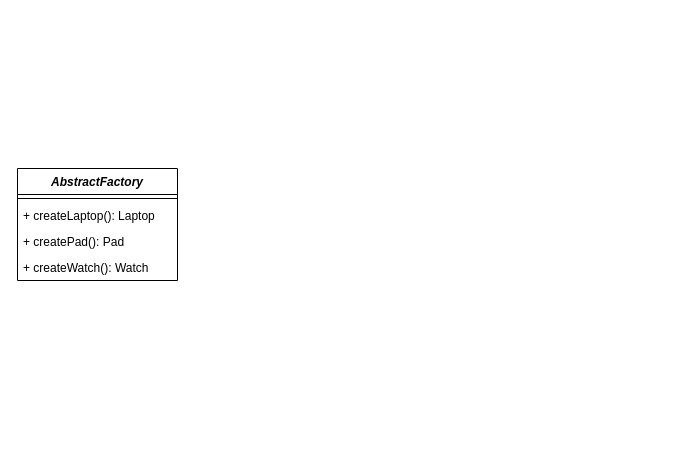
Above: DesignPattern/AbstractFactory_DP.drawio in yayaer123/drawio_demo (draw.io), before the change. Source tidied: cells renumbered, new cells numbered last; positions are measured from the earlier drawing's top-left corner, leaving out a move shared by most shapes. Both pictures are drawn from the tidied source at 100%, with x=0, y=0 at pixel (17, 168).
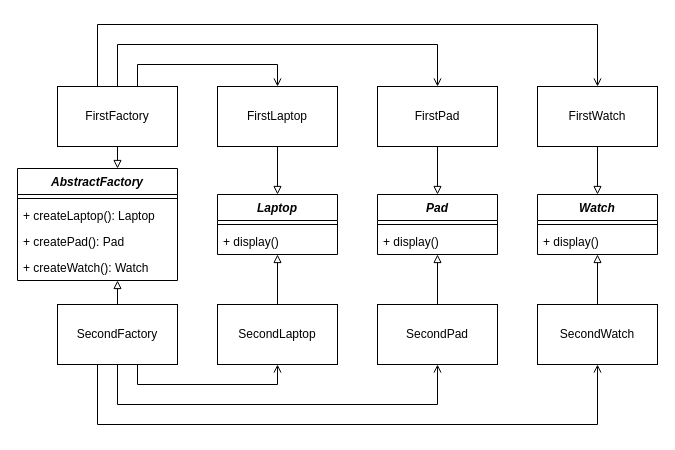
After the change.

The change refers to these unchanged cells:
```xml
<mxCell id="2" value="&lt;i&gt;AbstractFactory&lt;/i&gt;" style="swimlane;fontStyle=1;align=center;verticalAlign=top;horizontal=1;startSize=26;whiteSpace=wrap;html=1;" parent="1" vertex="1">
  <mxGeometry width="160" height="112" as="geometry" />
</mxCell>
```

The edit, as a diff of the source:
```diff
@@
+    <mxCell id="7" value="&lt;i&gt;Laptop&lt;/i&gt;" style="swimlane;fontStyle=1;align=center;verticalAlign=top;horizontal=1;startSize=26;whiteSpace=wrap;html=1;" parent="1" vertex="1">
+      <mxGeometry x="200" y="26" width="120" height="60" as="geometry" />
+    </mxCell>
+    <mxCell id="8" style="line;strokeWidth=1;fillColor=none;align=left;verticalAlign=middle;spacingTop=-1;spacingLeft=3;spacingRight=3;labelPosition=right;strokeColor=inherit;" parent="7" vertex="1">
+      <mxGeometry y="26" width="120" height="8" as="geometry" />
+    </mxCell>
+    <mxCell id="9" value="+ display()" style="text;strokeColor=none;fillColor=none;align=left;verticalAlign=top;spacingLeft=4;spacingRight=4;overflow=hidden;whiteSpace=wrap;html=1;" parent="7" vertex="1">
+      <mxGeometry y="34" width="120" height="26" as="geometry" />
+    </mxCell>
+    <mxCell id="10" value="&lt;i&gt;Pad&lt;/i&gt;" style="swimlane;fontStyle=1;align=center;verticalAlign=top;horizontal=1;startSize=26;whiteSpace=wrap;html=1;" parent="1" vertex="1">
+      <mxGeometry x="360" y="26" width="120" height="60" as="geometry" />
+    </mxCell>
+    <mxCell id="11" style="line;strokeWidth=1;fillColor=none;align=left;verticalAlign=middle;spacingTop=-1;spacingLeft=3;spacingRight=3;labelPosition=right;strokeColor=inherit;" parent="10" vertex="1">
+      <mxGeometry y="26" width="120" height="8" as="geometry" />
+    </mxCell>
+    <mxCell id="12" value="+ display()" style="text;strokeColor=none;fillColor=none;align=left;verticalAlign=top;spacingLeft=4;spacingRight=4;overflow=hidden;whiteSpace=wrap;html=1;" parent="10" vertex="1">
+      <mxGeometry y="34" width="120" height="26" as="geometry" />
+    </mxCell>
+    <mxCell id="13" value="&lt;i&gt;Watch&lt;/i&gt;" style="swimlane;fontStyle=1;align=center;verticalAlign=top;horizontal=1;startSize=26;whiteSpace=wrap;html=1;" parent="1" vertex="1">
+      <mxGeometry x="520" y="26" width="120" height="60" as="geometry" />
+    </mxCell>
+    <mxCell id="14" style="line;strokeWidth=1;fillColor=none;align=left;verticalAlign=middle;spacingTop=-1;spacingLeft=3;spacingRight=3;labelPosition=right;strokeColor=inherit;" parent="13" vertex="1">
+      <mxGeometry y="26" width="120" height="8" as="geometry" />
+    </mxCell>
+    <mxCell id="15" value="+ display()" style="text;strokeColor=none;fillColor=none;align=left;verticalAlign=top;spacingLeft=4;spacingRight=4;overflow=hidden;whiteSpace=wrap;html=1;" parent="13" vertex="1">
+      <mxGeometry y="34" width="120" height="26" as="geometry" />
+    </mxCell>
+    <mxCell id="16" style="edgeStyle=orthogonalEdgeStyle;rounded=0;jettySize=auto;html=1;endArrow=block;endFill=0;" parent="1" edge="1" source="20" target="2">
+      <mxGeometry relative="1" as="geometry">
+        <Array as="points">
+          <mxPoint x="80" y="6" />
+          <mxPoint x="80" y="6" />
+        </Array>
+      </mxGeometry>
+    </mxCell>
+    <mxCell id="17" style="edgeStyle=orthogonalEdgeStyle;rounded=0;jettySize=auto;html=1;endArrow=open;endFill=0;" parent="1" edge="1" source="20" target="27">
+      <mxGeometry relative="1" as="geometry">
+        <Array as="points">
+          <mxPoint x="120" y="-104" />
+          <mxPoint x="260" y="-104" />
+        </Array>
+      </mxGeometry>
+    </mxCell>
+    <mxCell id="18" style="edgeStyle=orthogonalEdgeStyle;rounded=0;jettySize=auto;html=1;endArrow=open;endFill=0;" parent="1" edge="1" source="20" target="31">
+      <mxGeometry relative="1" as="geometry">
+        <Array as="points">
+          <mxPoint x="100" y="-124" />
+          <mxPoint x="420" y="-124" />
+        </Array>
+      </mxGeometry>
+    </mxCell>
+    <mxCell id="19" style="edgeStyle=orthogonalEdgeStyle;rounded=0;jettySize=auto;html=1;endArrow=open;endFill=0;" parent="1" edge="1" source="20" target="29">
+      <mxGeometry relative="1" as="geometry">
+        <Array as="points">
+          <mxPoint x="80" y="-144" />
+          <mxPoint x="580" y="-144" />
+        </Array>
+      </mxGeometry>
+    </mxCell>
+    <mxCell id="20" value="FirstFactory" style="html=1;whiteSpace=wrap;" parent="1" vertex="1">
+      <mxGeometry x="40" y="-82" width="120" height="60" as="geometry" />
+    </mxCell>
+    <mxCell id="21" style="edgeStyle=orthogonalEdgeStyle;rounded=0;jettySize=auto;html=1;endArrow=block;endFill=0;" parent="1" edge="1" source="25" target="2">
+      <mxGeometry relative="1" as="geometry">
+        <Array as="points">
+          <mxPoint x="110" y="136" />
+          <mxPoint x="110" y="136" />
+        </Array>
+      </mxGeometry>
+    </mxCell>
+    <mxCell id="22" style="edgeStyle=orthogonalEdgeStyle;rounded=0;jettySize=auto;html=1;endArrow=open;endFill=0;" parent="1" edge="1" source="25" target="33">
+      <mxGeometry relative="1" as="geometry">
+        <Array as="points">
+          <mxPoint x="120" y="216" />
+          <mxPoint x="260" y="216" />
+        </Array>
+      </mxGeometry>
+    </mxCell>
+    <mxCell id="23" style="edgeStyle=orthogonalEdgeStyle;rounded=0;jettySize=auto;html=1;endArrow=open;endFill=0;" parent="1" edge="1" source="25" target="35">
+      <mxGeometry relative="1" as="geometry">
+        <Array as="points">
+          <mxPoint x="100" y="236" />
+          <mxPoint x="420" y="236" />
+        </Array>
+      </mxGeometry>
+    </mxCell>
+    <mxCell id="24" style="edgeStyle=orthogonalEdgeStyle;rounded=0;jettySize=auto;html=1;endArrow=open;endFill=0;" parent="1" edge="1" source="25" target="37">
+      <mxGeometry relative="1" as="geometry">
+        <Array as="points">
+          <mxPoint x="80" y="256" />
+          <mxPoint x="580" y="256" />
+        </Array>
+      </mxGeometry>
+    </mxCell>
+    <mxCell id="25" value="SecondFactory" style="html=1;whiteSpace=wrap;" parent="1" vertex="1">
+      <mxGeometry x="40" y="136" width="120" height="60" as="geometry" />
+    </mxCell>
+    <mxCell id="26" style="edgeStyle=orthogonalEdgeStyle;rounded=0;jettySize=auto;html=1;endArrow=block;endFill=0;" parent="1" edge="1" source="27" target="7">
+      <mxGeometry relative="1" as="geometry" />
+    </mxCell>
+    <mxCell id="27" value="FirstLaptop" style="html=1;whiteSpace=wrap;strokeColor=default;align=center;verticalAlign=middle;fontFamily=Helvetica;fontSize=12;fontColor=default;fillColor=default;" parent="1" vertex="1">
+      <mxGeometry x="200" y="-82" width="120" height="60" as="geometry" />
+    </mxCell>
+    <mxCell id="28" style="edgeStyle=orthogonalEdgeStyle;rounded=0;jettySize=auto;html=1;endArrow=block;endFill=0;" parent="1" edge="1" source="29" target="13">
+      <mxGeometry relative="1" as="geometry" />
+    </mxCell>
+    <mxCell id="29" value="FirstWatch" style="html=1;whiteSpace=wrap;" parent="1" vertex="1">
+      <mxGeometry x="520" y="-82" width="120" height="60" as="geometry" />
+    </mxCell>
+    <mxCell id="30" style="edgeStyle=orthogonalEdgeStyle;rounded=0;jettySize=auto;html=1;endArrow=block;endFill=0;" parent="1" edge="1" source="31" target="10">
+      <mxGeometry relative="1" as="geometry" />
+    </mxCell>
+    <mxCell id="31" value="FirstPad" style="html=1;whiteSpace=wrap;" parent="1" vertex="1">
+      <mxGeometry x="360" y="-82" width="120" height="60" as="geometry" />
+    </mxCell>
+    <mxCell id="32" style="edgeStyle=orthogonalEdgeStyle;rounded=0;jettySize=auto;html=1;endArrow=block;endFill=0;" parent="1" edge="1" source="33" target="7">
+      <mxGeometry relative="1" as="geometry" />
+    </mxCell>
+    <mxCell id="33" value="SecondLaptop" style="html=1;whiteSpace=wrap;" parent="1" vertex="1">
+      <mxGeometry x="200" y="136" width="120" height="60" as="geometry" />
+    </mxCell>
+    <mxCell id="34" style="edgeStyle=orthogonalEdgeStyle;rounded=0;jettySize=auto;html=1;endArrow=block;endFill=0;" parent="1" edge="1" source="35" target="10">
+      <mxGeometry relative="1" as="geometry" />
+    </mxCell>
+    <mxCell id="35" value="SecondPad" style="html=1;whiteSpace=wrap;" parent="1" vertex="1">
+      <mxGeometry x="360" y="136" width="120" height="60" as="geometry" />
+    </mxCell>
+    <mxCell id="36" style="edgeStyle=orthogonalEdgeStyle;rounded=0;jettySize=auto;html=1;endArrow=block;endFill=0;" parent="1" edge="1" source="37" target="13">
+      <mxGeometry relative="1" as="geometry" />
+    </mxCell>
+    <mxCell id="37" value="SecondWatch" style="html=1;whiteSpace=wrap;" parent="1" vertex="1">
+      <mxGeometry x="520" y="136" width="120" height="60" as="geometry" />
+    </mxCell>
```
